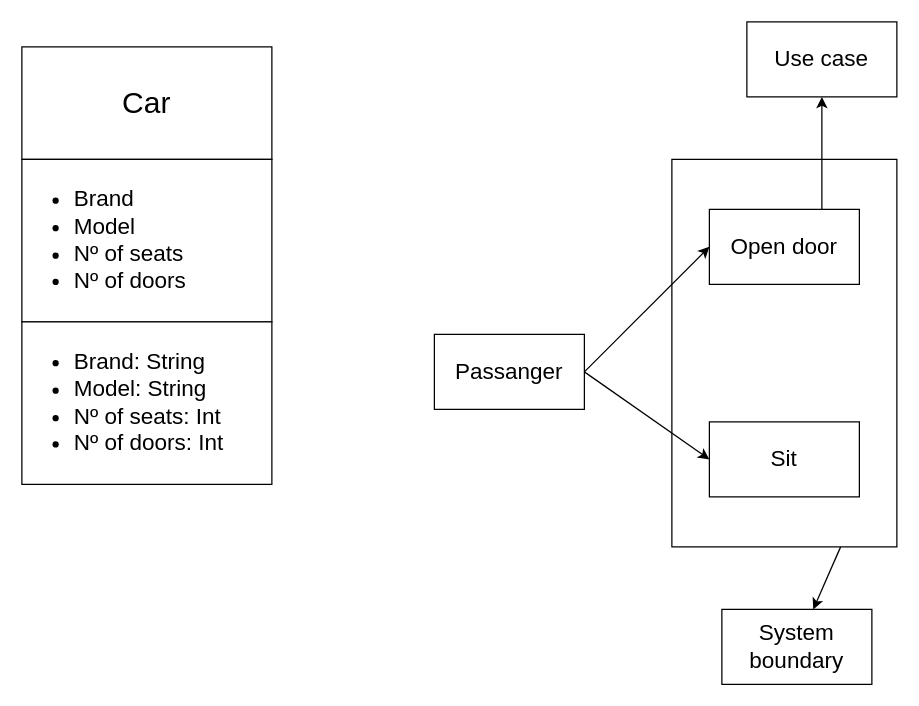
Earlier version of the draw.io diagram Untitled Diagram.drawio (dorycodes/scooter-project). Source tidied: cells renumbered, new cells numbered last; positions are measured from the earlier drawing's top-left corner, leaving out a move shared by most shapes. Both pictures are drawn from the tidied source at 125%, with x=0, y=0 at pixel (21, 21).
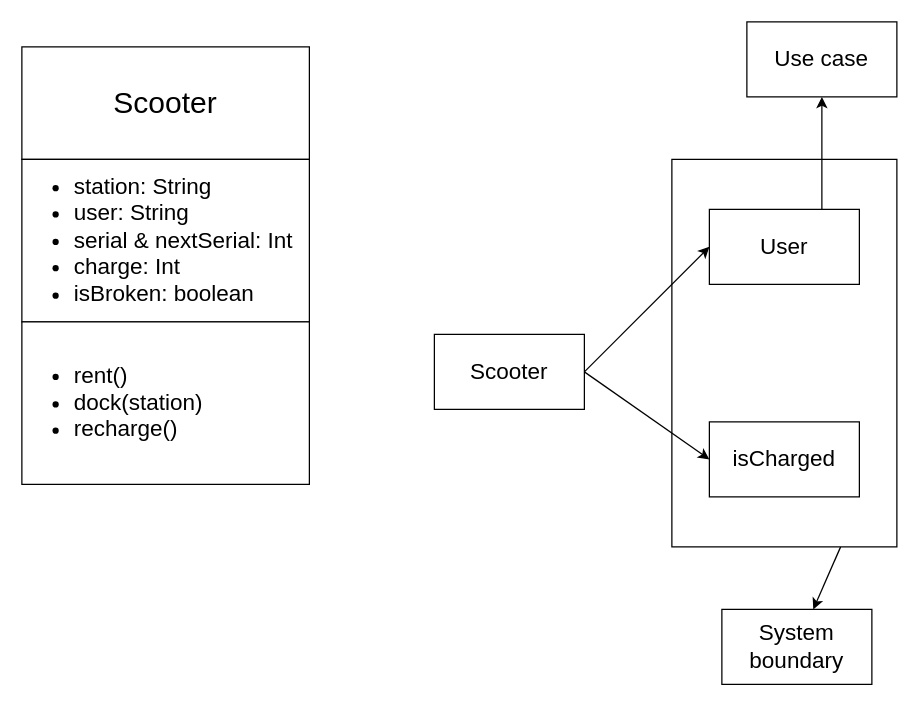
Above is the later version.

The edit, as a diff of the source:
```diff
@@
 <mxGraphModel>
   <root>
     <mxCell id="0" />
     <mxCell id="1" parent="0" />
     <mxCell id="2" style="edgeStyle=none;rounded=0;jettySize=auto;html=1;exitX=1;exitY=0.25;exitDx=0;exitDy=0;fontSize=18;" parent="1" edge="1" source="3" target="15">
       <mxGeometry relative="1" as="geometry" />
     </mxCell>
     <mxCell id="3" style="rounded=0;whiteSpace=wrap;html=1;fontSize=18;direction=south;" parent="1" vertex="1">
       <mxGeometry x="520" y="110" width="180" height="310" as="geometry" />
     </mxCell>
     <mxCell id="4" style="group;" parent="1" vertex="1">
-      <mxGeometry y="20" width="200" height="350" as="geometry" />
+      <mxGeometry y="20" width="230" height="350" as="geometry" />
     </mxCell>
-    <mxCell id="5" value="Car" style="rounded=0;whiteSpace=wrap;html=1;fontSize=24;" parent="4" vertex="1">
-      <mxGeometry width="200" height="90" as="geometry" />
+    <mxCell id="5" value="Scooter" style="rounded=0;whiteSpace=wrap;html=1;fontSize=24;" parent="4" vertex="1">
+      <mxGeometry width="230" height="90" as="geometry" />
     </mxCell>
-    <mxCell id="6" value="&lt;ul style=&quot;font-size: 18px;&quot;&gt;&lt;li&gt;Brand&lt;br&gt;&lt;/li&gt;&lt;li&gt;&lt;span style=&quot;background-color: initial;&quot;&gt;Model&lt;/span&gt;&lt;/li&gt;&lt;li&gt;&lt;span style=&quot;background-color: initial;&quot;&gt;Nº of seats&lt;/span&gt;&lt;br&gt;&lt;/li&gt;&lt;li&gt;Nº of doors&lt;/li&gt;&lt;/ul&gt;" style="rounded=0;whiteSpace=wrap;html=1;fontSize=24;align=left;" parent="4" vertex="1">
-      <mxGeometry y="90" width="200" height="130" as="geometry" />
+    <mxCell id="6" value="&lt;ul style=&quot;font-size: 18px;&quot;&gt;&lt;li style=&quot;border-color: var(--border-color);&quot;&gt;station: String&lt;br style=&quot;border-color: var(--border-color);&quot;&gt;&lt;/li&gt;&lt;li style=&quot;border-color: var(--border-color);&quot;&gt;user: String&lt;/li&gt;&lt;li style=&quot;border-color: var(--border-color);&quot;&gt;&lt;span style=&quot;border-color: var(--border-color); background-color: initial;&quot;&gt;serial &amp;amp; nextSerial: Int&lt;/span&gt;&lt;br style=&quot;border-color: var(--border-color);&quot;&gt;&lt;/li&gt;&lt;li style=&quot;border-color: var(--border-color);&quot;&gt;charge: Int&lt;/li&gt;&lt;li style=&quot;border-color: var(--border-color);&quot;&gt;isBroken: boolean&lt;/li&gt;&lt;/ul&gt;" style="rounded=0;whiteSpace=wrap;html=1;fontSize=24;align=left;" parent="4" vertex="1">
+      <mxGeometry y="90" width="230" height="130" as="geometry" />
     </mxCell>
-    <mxCell id="7" value="&lt;ul style=&quot;font-size: 18px;&quot;&gt;&lt;li&gt;Brand: String&lt;br&gt;&lt;/li&gt;&lt;li&gt;&lt;span style=&quot;background-color: initial;&quot;&gt;Model: String&lt;/span&gt;&lt;/li&gt;&lt;li&gt;&lt;span style=&quot;background-color: initial;&quot;&gt;Nº of seats: Int&lt;/span&gt;&lt;br&gt;&lt;/li&gt;&lt;li&gt;Nº of doors: Int&lt;/li&gt;&lt;/ul&gt;" style="rounded=0;whiteSpace=wrap;html=1;fontSize=24;align=left;" parent="4" vertex="1">
-      <mxGeometry y="220" width="200" height="130" as="geometry" />
+    <mxCell id="7" value="&lt;ul style=&quot;font-size: 18px;&quot;&gt;&lt;li&gt;rent()&lt;/li&gt;&lt;li&gt;dock(station)&lt;/li&gt;&lt;li&gt;recharge()&lt;/li&gt;&lt;/ul&gt;" style="rounded=0;whiteSpace=wrap;html=1;fontSize=24;align=left;" parent="4" vertex="1">
+      <mxGeometry y="220" width="230" height="130" as="geometry" />
     </mxCell>
     <mxCell id="8" style="rounded=0;jettySize=auto;html=1;exitX=1;exitY=0.5;exitDx=0;exitDy=0;entryX=0;entryY=0.5;entryDx=0;entryDy=0;fontSize=18;" parent="1" edge="1" source="10" target="12">
       <mxGeometry relative="1" as="geometry" />
     </mxCell>
     <mxCell id="9" style="edgeStyle=none;rounded=0;jettySize=auto;html=1;exitX=1;exitY=0.5;exitDx=0;exitDy=0;entryX=0;entryY=0.5;entryDx=0;entryDy=0;fontSize=18;" parent="1" edge="1" source="10" target="13">
       <mxGeometry relative="1" as="geometry" />
     </mxCell>
-    <mxCell id="10" value="Passanger" style="rounded=0;whiteSpace=wrap;html=1;fontSize=18;" parent="1" vertex="1">
+    <mxCell id="10" value="Scooter" style="rounded=0;whiteSpace=wrap;html=1;fontSize=18;" parent="1" vertex="1">
       <mxGeometry x="330" y="250" width="120" height="60" as="geometry" />
     </mxCell>
     <mxCell id="11" style="edgeStyle=none;rounded=0;jettySize=auto;html=1;exitX=0.75;exitY=0;exitDx=0;exitDy=0;fontSize=18;" parent="1" edge="1" source="12" target="14">
       <mxGeometry relative="1" as="geometry" />
     </mxCell>
-    <mxCell id="12" value="Open door" style="rounded=0;whiteSpace=wrap;html=1;fontSize=18;" parent="1" vertex="1">
+    <mxCell id="12" value="User" style="rounded=0;whiteSpace=wrap;html=1;fontSize=18;" parent="1" vertex="1">
       <mxGeometry x="550" y="150" width="120" height="60" as="geometry" />
     </mxCell>
-    <mxCell id="13" value="Sit" style="rounded=0;whiteSpace=wrap;html=1;fontSize=18;" parent="1" vertex="1">
+    <mxCell id="13" value="isCharged" style="rounded=0;whiteSpace=wrap;html=1;fontSize=18;" parent="1" vertex="1">
       <mxGeometry x="550" y="320" width="120" height="60" as="geometry" />
     </mxCell>
     <mxCell id="14" value="Use case" style="rounded=0;whiteSpace=wrap;html=1;fontSize=18;" parent="1" vertex="1">
       <mxGeometry x="580" width="120" height="60" as="geometry" />
     </mxCell>
     <mxCell id="15" value="System boundary" style="rounded=0;whiteSpace=wrap;html=1;fontSize=18;" parent="1" vertex="1">
       <mxGeometry x="560" y="470" width="120" height="60" as="geometry" />
     </mxCell>
   </root>
 </mxGraphModel>
```
